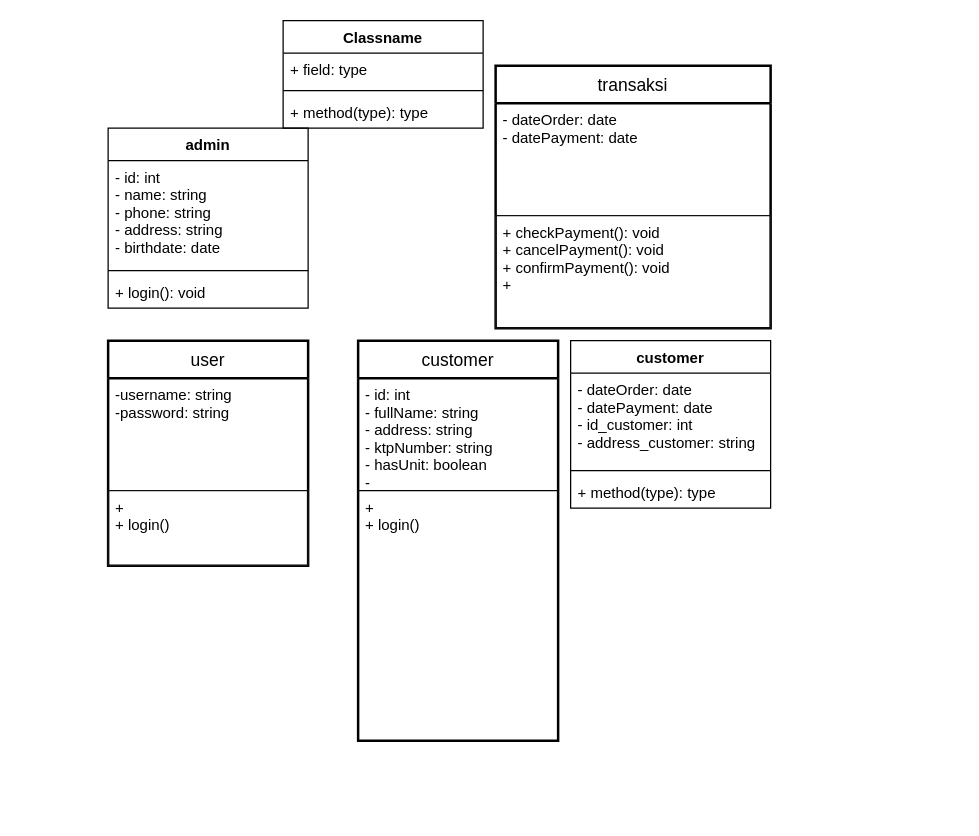
This is page "Page-3" (2 of 2) of RPLGading.drawio from fazrigading/fazrigading, a draw.io file, before an edit. Source tidied: cells renumbered, new cells numbered last; positions are measured from the earlier drawing's top-left corner, leaving out a move shared by most shapes. Both pictures are drawn from the tidied source at 125%, with x=0, y=0 at pixel (108, 20).
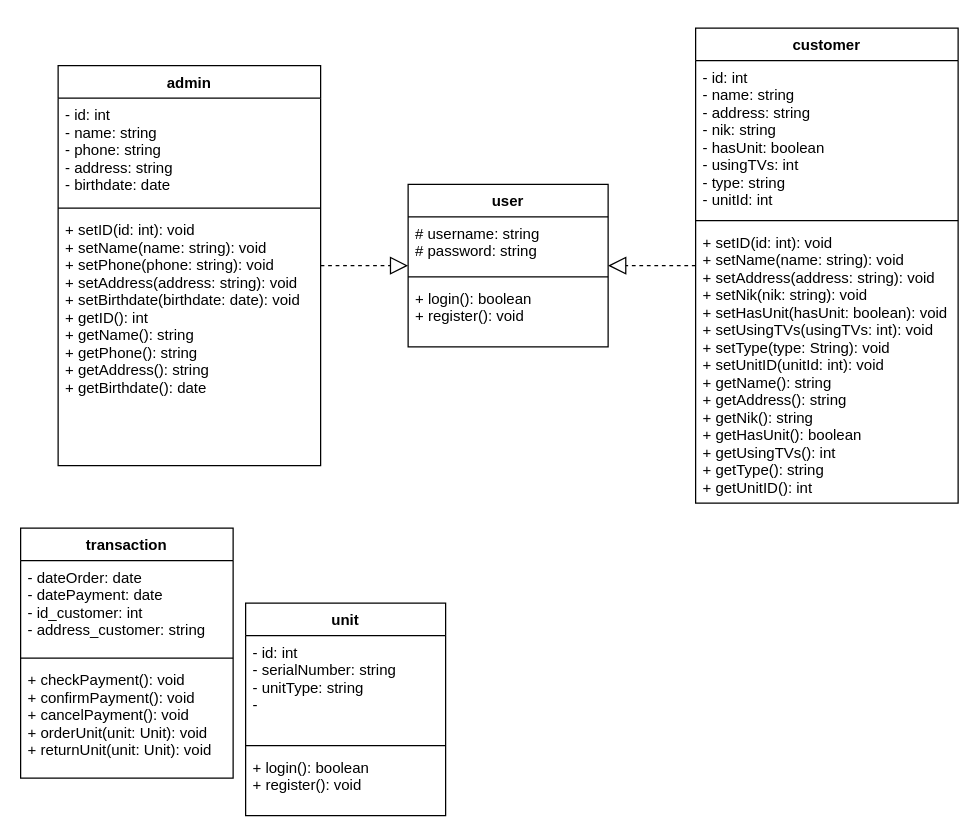
The same page after the edit.

What changed in the source:
```diff
@@
-    <mxCell id="2" value="user" style="swimlane;horizontal=1;startSize=30;rounded=0;fontSize=14;fontStyle=0;strokeWidth=2;shadow=0;dashed=0;align=center;" parent="1" vertex="1">
-      <mxGeometry y="256" width="160" height="180" as="geometry" />
-    </mxCell>
-    <mxCell id="3" value="-username: string&#10;-password: string&#10;" style="align=left;strokeColor=none;fillColor=none;spacingLeft=4;fontSize=12;verticalAlign=top;" parent="2" vertex="1">
-      <mxGeometry y="30" width="160" height="90" as="geometry" />
-    </mxCell>
-    <mxCell id="4" style="align=left;strokeColor=none;fillColor=none;spacingLeft=4;fontSize=12;verticalAlign=top;" parent="2" vertex="1">
-      <mxGeometry y="120" width="160" as="geometry" />
-    </mxCell>
-    <mxCell id="5" style="align=left;strokeColor=none;fillColor=none;spacingLeft=4;fontSize=12;verticalAlign=top;" parent="2" vertex="1">
-      <mxGeometry y="120" width="160" as="geometry" />
-    </mxCell>
-    <mxCell id="6" value="+ &#10;+ login()&#10;" style="align=left;strokeColor=#121212;fillColor=none;spacingLeft=4;fontSize=12;verticalAlign=top;" parent="2" vertex="1">
-      <mxGeometry y="120" width="160" height="60" as="geometry" />
-    </mxCell>
-    <mxCell id="7" value="customer" style="swimlane;horizontal=1;startSize=30;rounded=0;fontSize=14;fontStyle=0;strokeWidth=2;shadow=0;dashed=0;align=center;fillColor=default;gradientColor=none;strokeColor=default;swimlaneLine=1;fixDash=0;noLabel=0;swimlaneBody=1;swimlaneHead=1;enumerate=0;" parent="1" vertex="1">
-      <mxGeometry x="200" y="256" width="160" height="320" as="geometry" />
-    </mxCell>
-    <mxCell id="8" value="- id: int&#10;- fullName: string&#10;- address: string&#10;- ktpNumber: string&#10;- hasUnit: boolean&#10;-" style="align=left;strokeColor=none;fillColor=none;spacingLeft=4;fontSize=12;verticalAlign=top;" parent="7" vertex="1">
-      <mxGeometry y="30" width="160" height="90" as="geometry" />
-    </mxCell>
-    <mxCell id="9" style="align=left;strokeColor=none;fillColor=none;spacingLeft=4;fontSize=12;verticalAlign=top;" parent="7" vertex="1">
-      <mxGeometry y="120" width="160" as="geometry" />
-    </mxCell>
-    <mxCell id="10" style="align=left;strokeColor=none;fillColor=none;spacingLeft=4;fontSize=12;verticalAlign=top;" parent="7" vertex="1">
-      <mxGeometry y="120" width="160" as="geometry" />
-    </mxCell>
-    <mxCell id="11" value="+ &#10;+ login()" style="align=left;strokeColor=default;fillColor=none;spacingLeft=4;fontSize=12;verticalAlign=top;rounded=0;shadow=0;movableLabel=0;sketch=0;imageVerticalAlign=middle;noLabel=0;fixDash=1;" parent="7" vertex="1">
-      <mxGeometry y="120" width="160" height="200" as="geometry" />
-    </mxCell>
-    <mxCell id="12" value="transaksi" style="swimlane;horizontal=1;startSize=30;rounded=0;fontSize=14;fontStyle=0;strokeWidth=2;shadow=0;dashed=0;align=center;" parent="1" vertex="1">
-      <mxGeometry x="310" y="36" width="220" height="210" as="geometry" />
-    </mxCell>
-    <mxCell id="13" value="- dateOrder: date&#10;- datePayment: date&#10;" style="align=left;strokeColor=none;fillColor=none;spacingLeft=4;fontSize=12;verticalAlign=top;" parent="12" vertex="1">
-      <mxGeometry y="30" width="220" height="90" as="geometry" />
-    </mxCell>
-    <mxCell id="14" style="align=left;strokeColor=none;fillColor=none;spacingLeft=4;fontSize=12;verticalAlign=top;" parent="12" vertex="1">
-      <mxGeometry y="120" width="220" as="geometry" />
-    </mxCell>
-    <mxCell id="15" style="align=left;strokeColor=none;fillColor=none;spacingLeft=4;fontSize=12;verticalAlign=top;" parent="12" vertex="1">
-      <mxGeometry y="120" width="220" as="geometry" />
-    </mxCell>
-    <mxCell id="16" value="+ checkPayment(): void&#10;+ cancelPayment(): void&#10;+ confirmPayment(): void&#10;+&#10;" style="align=left;strokeColor=#121212;fillColor=none;spacingLeft=4;fontSize=12;verticalAlign=top;" parent="12" vertex="1">
-      <mxGeometry y="120" width="220" height="90" as="geometry" />
-    </mxCell>
     <mxCell id="17" value="admin" style="swimlane;fontStyle=1;align=center;verticalAlign=top;horizontal=1;startSize=26;rounded=0;shadow=0;sketch=0;strokeColor=default;fillColor=default;gradientColor=none;" parent="1" vertex="1">
-      <mxGeometry y="86" width="160" height="144" as="geometry" />
+      <mxGeometry x="-40" y="36" width="210" height="320" as="geometry" />
     </mxCell>
     <mxCell id="18" value="- id: int&#10;- name: string&#10;- phone: string&#10;- address: string&#10;- birthdate: date" style="text;strokeColor=none;fillColor=none;align=left;verticalAlign=top;spacingLeft=4;spacingRight=4;overflow=hidden;rounded=0;shadow=0;sketch=0;" parent="17" vertex="1">
-      <mxGeometry y="26" width="160" height="84" as="geometry" />
+      <mxGeometry y="26" width="210" height="84" as="geometry" />
     </mxCell>
     <mxCell id="19" style="line;strokeWidth=1;fillColor=none;align=left;verticalAlign=middle;spacingTop=-1;spacingLeft=3;spacingRight=3;labelPosition=right;rounded=0;shadow=0;sketch=0;" parent="17" vertex="1">
-      <mxGeometry y="110" width="160" height="8" as="geometry" />
+      <mxGeometry y="110" width="210" height="8" as="geometry" />
     </mxCell>
-    <mxCell id="20" value="+ login(): void" style="text;strokeColor=none;fillColor=none;align=left;verticalAlign=top;spacingLeft=4;spacingRight=4;overflow=hidden;rounded=0;shadow=0;sketch=0;" parent="17" vertex="1">
-      <mxGeometry y="118" width="160" height="26" as="geometry" />
+    <mxCell id="20" value="+ setID(id: int): void&#10;+ setName(name: string): void&#10;+ setPhone(phone: string): void&#10;+ setAddress(address: string): void&#10;+ setBirthdate(birthdate: date): void&#10;+ getID(): int&#10;+ getName(): string&#10;+ getPhone(): string&#10;+ getAddress(): string&#10;+ getBirthdate(): date" style="text;strokeColor=none;fillColor=none;align=left;verticalAlign=top;spacingLeft=4;spacingRight=4;overflow=hidden;rounded=0;shadow=0;sketch=0;" parent="17" vertex="1">
+      <mxGeometry y="118" width="210" height="202" as="geometry" />
     </mxCell>
-    <mxCell id="21" value="Classname" style="swimlane;fontStyle=1;align=center;verticalAlign=top;horizontal=1;startSize=26;rounded=0;shadow=0;sketch=0;strokeColor=default;fillColor=default;gradientColor=none;" parent="1" vertex="1">
-      <mxGeometry x="140" width="160" height="86" as="geometry" />
+    <mxCell id="21" value="customer" style="swimlane;fontStyle=1;align=center;verticalAlign=top;horizontal=1;startSize=26;rounded=0;shadow=0;sketch=0;strokeColor=default;fillColor=default;gradientColor=none;" parent="1" vertex="1">
+      <mxGeometry x="470" y="6" width="210" height="380" as="geometry" />
     </mxCell>
-    <mxCell id="22" value="+ field: type" style="text;strokeColor=none;fillColor=none;align=left;verticalAlign=top;spacingLeft=4;spacingRight=4;overflow=hidden;rounded=0;shadow=0;sketch=0;" parent="21" vertex="1">
-      <mxGeometry y="26" width="160" height="26" as="geometry" />
+    <mxCell id="22" value="- id: int&#10;- name: string&#10;- address: string&#10;- nik: string&#10;- hasUnit: boolean&#10;- usingTVs: int&#10;- type: string&#10;- unitId: int" style="text;strokeColor=none;fillColor=none;align=left;verticalAlign=top;spacingLeft=4;spacingRight=4;overflow=hidden;rounded=0;shadow=0;sketch=0;" parent="21" vertex="1">
+      <mxGeometry y="26" width="210" height="124" as="geometry" />
     </mxCell>
     <mxCell id="23" style="line;strokeWidth=1;fillColor=none;align=left;verticalAlign=middle;spacingTop=-1;spacingLeft=3;spacingRight=3;labelPosition=right;rounded=0;shadow=0;sketch=0;" parent="21" vertex="1">
-      <mxGeometry y="52" width="160" height="8" as="geometry" />
+      <mxGeometry y="150" width="210" height="8" as="geometry" />
     </mxCell>
-    <mxCell id="24" value="+ method(type): type" style="text;strokeColor=none;fillColor=none;align=left;verticalAlign=top;spacingLeft=4;spacingRight=4;overflow=hidden;rounded=0;shadow=0;sketch=0;" parent="21" vertex="1">
-      <mxGeometry y="60" width="160" height="26" as="geometry" />
+    <mxCell id="24" value="+ setID(id: int): void&#10;+ setName(name: string): void&#10;+ setAddress(address: string): void&#10;+ setNik(nik: string): void&#10;+ setHasUnit(hasUnit: boolean): void&#10;+ setUsingTVs(usingTVs: int): void&#10;+ setType(type: String): void&#10;+ setUnitID(unitId: int): void&#10;+ getName(): string&#10;+ getAddress(): string&#10;+ getNik(): string&#10;+ getHasUnit(): boolean&#10;+ getUsingTVs(): int&#10;+ getType(): string&#10;+ getUnitID(): int&#10;" style="text;strokeColor=none;fillColor=none;align=left;verticalAlign=top;spacingLeft=4;spacingRight=4;overflow=hidden;rounded=0;shadow=0;sketch=0;" parent="21" vertex="1">
+      <mxGeometry y="158" width="210" height="222" as="geometry" />
     </mxCell>
-    <mxCell id="25" value="customer" style="swimlane;fontStyle=1;align=center;verticalAlign=top;horizontal=1;startSize=26;rounded=0;shadow=0;sketch=0;strokeColor=default;fillColor=default;gradientColor=none;" parent="1" vertex="1">
-      <mxGeometry x="370" y="256" width="160" height="134" as="geometry" />
+    <mxCell id="25" value="transaction" style="swimlane;fontStyle=1;align=center;verticalAlign=top;horizontal=1;startSize=26;rounded=0;shadow=0;sketch=0;strokeColor=default;fillColor=default;gradientColor=none;" parent="1" vertex="1">
+      <mxGeometry x="-70" y="406" width="170" height="200" as="geometry" />
     </mxCell>
     <mxCell id="26" value="- dateOrder: date&#10;- datePayment: date&#10;- id_customer: int&#10;- address_customer: string" style="text;strokeColor=none;fillColor=none;align=left;verticalAlign=top;spacingLeft=4;spacingRight=4;overflow=hidden;rounded=0;shadow=0;sketch=0;" parent="25" vertex="1">
-      <mxGeometry y="26" width="160" height="74" as="geometry" />
+      <mxGeometry y="26" width="170" height="74" as="geometry" />
     </mxCell>
     <mxCell id="27" style="line;strokeWidth=1;fillColor=none;align=left;verticalAlign=middle;spacingTop=-1;spacingLeft=3;spacingRight=3;labelPosition=right;rounded=0;shadow=0;sketch=0;" parent="25" vertex="1">
-      <mxGeometry y="100" width="160" height="8" as="geometry" />
+      <mxGeometry y="100" width="170" height="8" as="geometry" />
     </mxCell>
-    <mxCell id="28" value="+ method(type): type" style="text;strokeColor=none;fillColor=none;align=left;verticalAlign=top;spacingLeft=4;spacingRight=4;overflow=hidden;rounded=0;shadow=0;sketch=0;" parent="25" vertex="1">
-      <mxGeometry y="108" width="160" height="26" as="geometry" />
+    <mxCell id="28" value="+ checkPayment(): void&#10;+ confirmPayment(): void&#10;+ cancelPayment(): void&#10;+ orderUnit(unit: Unit): void&#10;+ returnUnit(unit: Unit): void" style="text;strokeColor=none;fillColor=none;align=left;verticalAlign=top;spacingLeft=4;spacingRight=4;overflow=hidden;rounded=0;shadow=0;sketch=0;" parent="25" vertex="1">
+      <mxGeometry y="108" width="170" height="92" as="geometry" />
     </mxCell>
+    <mxCell id="2" value="user" style="swimlane;fontStyle=1;align=center;verticalAlign=top;horizontal=1;startSize=26;rounded=0;shadow=0;sketch=0;strokeColor=default;fillColor=default;gradientColor=none;" parent="1" vertex="1">
+      <mxGeometry x="240" y="131" width="160" height="130" as="geometry" />
+    </mxCell>
+    <mxCell id="29" value="# username: string&#10;# password: string" style="text;strokeColor=none;fillColor=none;align=left;verticalAlign=top;spacingLeft=4;spacingRight=4;overflow=hidden;rounded=0;shadow=0;sketch=0;" parent="2" vertex="1">
+      <mxGeometry y="26" width="160" height="44" as="geometry" />
+    </mxCell>
+    <mxCell id="30" style="line;strokeWidth=1;fillColor=none;align=left;verticalAlign=middle;spacingTop=-1;spacingLeft=3;spacingRight=3;labelPosition=right;rounded=0;shadow=0;sketch=0;" parent="2" vertex="1">
+      <mxGeometry y="70" width="160" height="8" as="geometry" />
+    </mxCell>
+    <mxCell id="31" value="+ login(): boolean&#10;+ register(): void" style="text;strokeColor=none;fillColor=none;align=left;verticalAlign=top;spacingLeft=4;spacingRight=4;overflow=hidden;rounded=0;shadow=0;sketch=0;" parent="2" vertex="1">
+      <mxGeometry y="78" width="160" height="52" as="geometry" />
+    </mxCell>
+    <mxCell id="32" value="unit" style="swimlane;fontStyle=1;align=center;verticalAlign=top;horizontal=1;startSize=26;rounded=0;shadow=0;sketch=0;strokeColor=default;fillColor=default;gradientColor=none;" parent="1" vertex="1">
+      <mxGeometry x="110" y="466" width="160" height="170" as="geometry" />
+    </mxCell>
+    <mxCell id="33" value="- id: int&#10;- serialNumber: string&#10;- unitType: string&#10;- " style="text;strokeColor=none;fillColor=none;align=left;verticalAlign=top;spacingLeft=4;spacingRight=4;overflow=hidden;rounded=0;shadow=0;sketch=0;" parent="32" vertex="1">
+      <mxGeometry y="26" width="160" height="84" as="geometry" />
+    </mxCell>
+    <mxCell id="34" style="line;strokeWidth=1;fillColor=none;align=left;verticalAlign=middle;spacingTop=-1;spacingLeft=3;spacingRight=3;labelPosition=right;rounded=0;shadow=0;sketch=0;" parent="32" vertex="1">
+      <mxGeometry y="110" width="160" height="8" as="geometry" />
+    </mxCell>
+    <mxCell id="35" value="+ login(): boolean&#10;+ register(): void" style="text;strokeColor=none;fillColor=none;align=left;verticalAlign=top;spacingLeft=4;spacingRight=4;overflow=hidden;rounded=0;shadow=0;sketch=0;" parent="32" vertex="1">
+      <mxGeometry y="118" width="160" height="52" as="geometry" />
+    </mxCell>
+    <mxCell id="36" style="endArrow=block;dashed=1;endFill=0;endSize=12;html=1;rounded=0;" parent="1" edge="1" source="17" target="2">
+      <mxGeometry relative="1" as="geometry" />
+    </mxCell>
+    <mxCell id="37" style="endArrow=block;dashed=1;endFill=0;endSize=12;html=1;rounded=0;" parent="1" edge="1" source="21" target="2">
+      <mxGeometry relative="1" as="geometry" />
+    </mxCell>
```
